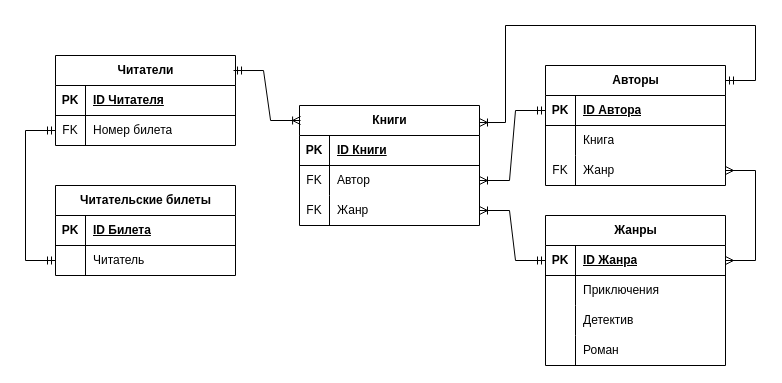
The draw.io diagram ER диаграмма для БД.drawio in pytonuserouner/UML_study, before the edit. Source tidied: cells renumbered, new cells numbered last; positions are measured from the earlier drawing's top-left corner, leaving out a move shared by most shapes. Both pictures are drawn from the tidied source at 100%, with x=0, y=0 at pixel (25, 25).
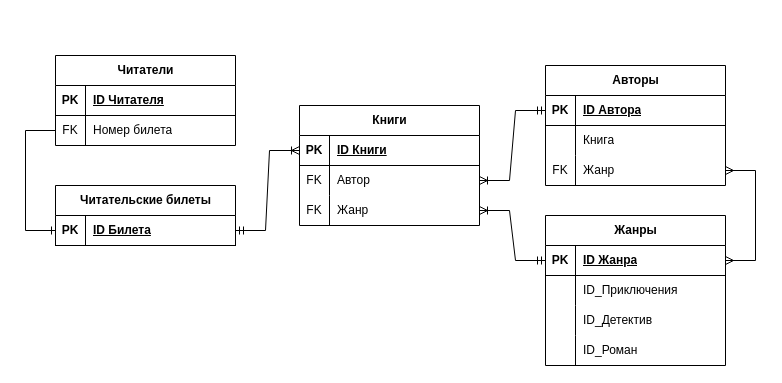
The same diagram, later.

The change refers to these unchanged cells:
```xml
<mxCell id="2" value="Книги" style="shape=table;startSize=30;childLayout=tableLayout;rowLines=0;fontStyle=1;align=center;html=1;" parent="1" vertex="1">
  <mxGeometry x="274" y="80" width="180" height="120" as="geometry" />
</mxCell>
<mxCell id="3" style="shape=tableRow;horizontal=0;startSize=0;swimlaneHead=0;swimlaneBody=0;fillColor=none;points=[[0,0.5],[1,0.5]];portConstraint=eastwest;top=0;left=0;right=0;bottom=1;" parent="2" vertex="1">
  <mxGeometry y="30" width="180" height="30" as="geometry" />
</mxCell>
<mxCell id="12" value="Авторы" style="shape=table;startSize=30;childLayout=tableLayout;rowLines=0;fontStyle=1;align=center;html=1;" parent="1" vertex="1">
  <mxGeometry x="520" y="40" width="180" height="120" as="geometry" />
</mxCell>
<mxCell id="26" style="shape=tableRow;horizontal=0;startSize=0;swimlaneHead=0;swimlaneBody=0;fillColor=none;top=0;left=0;right=0;bottom=0;" parent="22" vertex="1">
  <mxGeometry y="60" width="180" height="30" as="geometry" />
</mxCell>
<mxCell id="29" style="shape=tableRow;horizontal=0;startSize=0;swimlaneHead=0;swimlaneBody=0;fillColor=none;top=0;left=0;right=0;bottom=0;" parent="22" vertex="1">
  <mxGeometry y="90" width="180" height="30" as="geometry" />
</mxCell>
<mxCell id="32" style="shape=tableRow;horizontal=0;startSize=0;swimlaneHead=0;swimlaneBody=0;fillColor=none;top=0;left=0;right=0;bottom=0;" parent="22" vertex="1">
  <mxGeometry y="120" width="180" height="30" as="geometry" />
</mxCell>
<mxCell id="35" value="Читатели" style="shape=table;startSize=30;childLayout=tableLayout;rowLines=0;fontStyle=1;align=center;html=1;" parent="1" vertex="1">
  <mxGeometry x="30" y="30" width="180" height="90" as="geometry" />
</mxCell>
<mxCell id="39" style="shape=tableRow;horizontal=0;startSize=0;swimlaneHead=0;swimlaneBody=0;fillColor=none;points=[[0,0.5],[1,0.5]];portConstraint=eastwest;top=0;left=0;right=0;bottom=0;" parent="35" vertex="1">
  <mxGeometry y="60" width="180" height="30" as="geometry" />
</mxCell>
<mxCell id="43" style="shape=tableRow;horizontal=0;startSize=0;swimlaneHead=0;swimlaneBody=0;fillColor=none;points=[[0,0.5],[1,0.5]];portConstraint=eastwest;top=0;left=0;right=0;bottom=1;" parent="42" vertex="1">
  <mxGeometry y="30" width="180" height="30" as="geometry" />
</mxCell>
```

Diff of the diagram source:
```diff
@@
-    <mxCell id="28" value="Приключения" style="shape=partialRectangle;fillColor=none;top=0;left=0;bottom=0;right=0;align=left;spacingLeft=6;overflow=hidden;whiteSpace=wrap;html=1;" parent="26" vertex="1">
+    <mxCell id="28" value="ID_Приключения" style="shape=partialRectangle;fillColor=none;top=0;left=0;bottom=0;right=0;align=left;spacingLeft=6;overflow=hidden;whiteSpace=wrap;html=1;" parent="26" vertex="1">
       <mxGeometry x="30" width="150" height="30" as="geometry" />
     </mxCell>
@@
-    <mxCell id="31" value="Детектив" style="shape=partialRectangle;fillColor=none;top=0;left=0;bottom=0;right=0;align=left;spacingLeft=6;overflow=hidden;whiteSpace=wrap;html=1;" parent="29" vertex="1">
+    <mxCell id="31" value="ID_Детектив" style="shape=partialRectangle;fillColor=none;top=0;left=0;bottom=0;right=0;align=left;spacingLeft=6;overflow=hidden;whiteSpace=wrap;html=1;" parent="29" vertex="1">
       <mxGeometry x="30" width="150" height="30" as="geometry" />
     </mxCell>
@@
-    <mxCell id="34" value="Роман" style="shape=partialRectangle;fillColor=none;top=0;left=0;bottom=0;right=0;align=left;spacingLeft=6;overflow=hidden;whiteSpace=wrap;html=1;" parent="32" vertex="1">
+    <mxCell id="34" value="ID_Роман" style="shape=partialRectangle;fillColor=none;top=0;left=0;bottom=0;right=0;align=left;spacingLeft=6;overflow=hidden;whiteSpace=wrap;html=1;" parent="32" vertex="1">
       <mxGeometry x="30" width="150" height="30" as="geometry" />
     </mxCell>
@@
     <mxCell id="42" value="Читательские билеты" style="shape=table;startSize=30;childLayout=tableLayout;rowLines=0;fontStyle=1;align=center;html=1;" parent="1" vertex="1">
-      <mxGeometry x="30" y="160" width="180" height="90" as="geometry" />
+      <mxGeometry x="30" y="160" width="180" height="60" as="geometry" />
     </mxCell>
@@
-    <mxCell id="46" style="shape=tableRow;horizontal=0;startSize=0;swimlaneHead=0;swimlaneBody=0;fillColor=none;points=[[0,0.5],[1,0.5]];portConstraint=eastwest;top=0;left=0;right=0;bottom=0;" parent="42" vertex="1">
-      <mxGeometry y="60" width="180" height="30" as="geometry" />
-    </mxCell>
-    <mxCell id="47" style="shape=partialRectangle;fillColor=none;top=0;left=0;bottom=0;right=0;overflow=hidden;whiteSpace=wrap;html=1;" parent="46" vertex="1">
-      <mxGeometry width="30" height="30" as="geometry" />
-    </mxCell>
-    <mxCell id="48" value="Читатель" style="shape=partialRectangle;fillColor=none;top=0;left=0;bottom=0;right=0;align=left;spacingLeft=6;overflow=hidden;whiteSpace=wrap;html=1;" parent="46" vertex="1">
-      <mxGeometry x="30" width="150" height="30" as="geometry" />
-    </mxCell>
-    <mxCell id="49" style="fontSize=12;html=1;endArrow=ERmandOne;startArrow=ERmandOne;rounded=0;exitX=0;exitY=0.5;exitDx=0;exitDy=0;entryX=0;entryY=0.5;entryDx=0;entryDy=0;edgeStyle=orthogonalEdgeStyle;" parent="1" edge="1" source="39" target="46">
-      <mxGeometry relative="1" as="geometry">
-        <Array as="points">
-          <mxPoint y="105" />
-          <mxPoint y="235" />
-        </Array>
-      </mxGeometry>
-    </mxCell>
@@
-    <mxCell id="53" style="edgeStyle=entityRelationEdgeStyle;fontSize=12;html=1;endArrow=ERoneToMany;startArrow=ERmandOne;rounded=0;exitX=0.989;exitY=0.167;exitDx=0;exitDy=0;exitPerimeter=0;entryX=0.006;entryY=0.125;entryDx=0;entryDy=0;entryPerimeter=0;" parent="1" edge="1" source="35" target="2">
+    <mxCell id="53" style="edgeStyle=entityRelationEdgeStyle;fontSize=12;html=1;endArrow=ERoneToMany;startArrow=ERmandOne;rounded=0;entryX=0;entryY=0.5;entryDx=0;entryDy=0;exitX=1;exitY=0.5;exitDx=0;exitDy=0;" parent="1" edge="1" source="43" target="3">
       <mxGeometry relative="1" as="geometry" />
     </mxCell>
-    <mxCell id="54" style="fontSize=12;html=1;endArrow=ERoneToMany;startArrow=ERmandOne;rounded=0;exitX=1;exitY=0.125;exitDx=0;exitDy=0;exitPerimeter=0;entryX=1;entryY=0.142;entryDx=0;entryDy=0;entryPerimeter=0;edgeStyle=orthogonalEdgeStyle;" parent="1" edge="1" source="12" target="2">
-      <mxGeometry relative="1" as="geometry">
-        <Array as="points">
-          <mxPoint x="730" y="55" />
-          <mxPoint x="730" />
-          <mxPoint x="480" />
-          <mxPoint x="480" y="97" />
-        </Array>
-      </mxGeometry>
-    </mxCell>
+    <mxCell id="55" style="edgeStyle=orthogonalEdgeStyle;fontSize=12;html=1;endArrow=ERone;endFill=1;rounded=0;entryX=0;entryY=0.5;entryDx=0;entryDy=0;exitX=0;exitY=0.5;exitDx=0;exitDy=0;" parent="1" edge="1" source="39" target="43">
+      <mxGeometry relative="1" as="geometry">
+        <Array as="points">
+          <mxPoint y="105" />
+          <mxPoint y="205" />
+        </Array>
+      </mxGeometry>
+    </mxCell>
```
